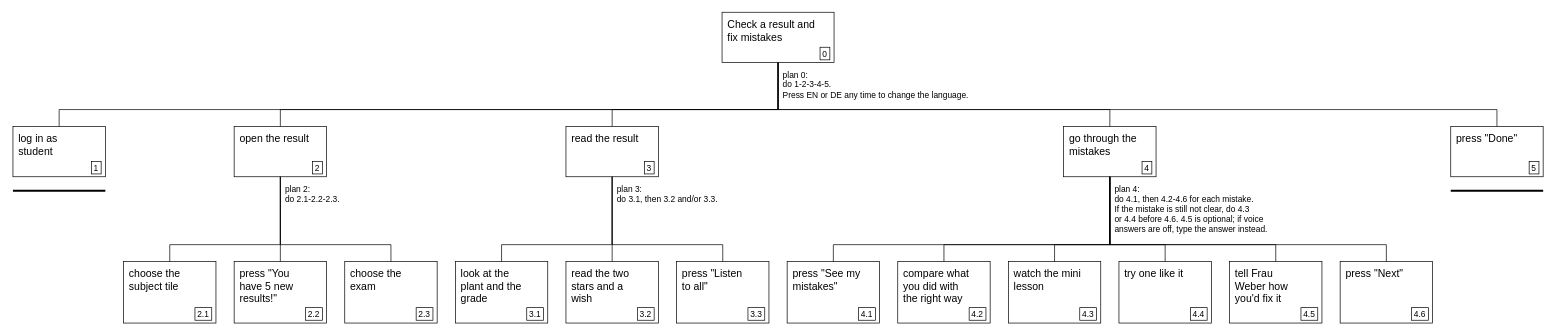
The draw.io diagram page "S2 Check result and mistakes" (2 of 3) of Sprout_HTDs/Student_HTDs.drawio in AmrKoura/HCI_DAMNS, before the edit. Source tidied: cells renumbered, new cells numbered last; positions are measured from the earlier drawing's top-left corner, leaving out a move shared by most shapes. Both pictures are drawn from the tidied source at 70%, with x=0, y=0 at pixel (13, 12).
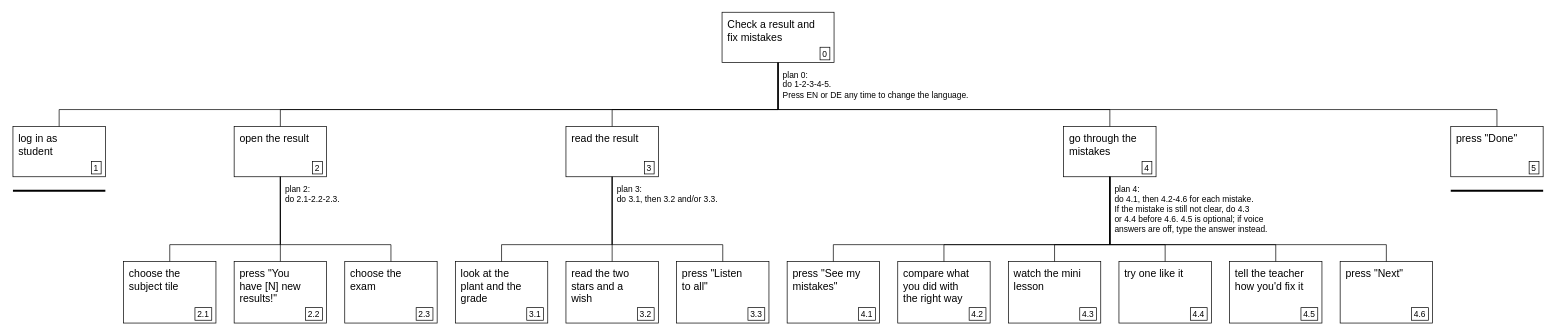
Above is the later version.

Change to the diagram source:
```diff
@@
-    <mxCell id="16" value="press &quot;You have 5 new results!&quot;" style="rounded=0;whiteSpace=wrap;html=1;fillColor=#FFFFFF;strokeColor=#000000;fontColor=#000000;fontFamily=Helvetica;fontSize=15;align=left;verticalAlign=top;spacingLeft=6;spacingTop=2;spacingRight=22;" parent="1" vertex="1">
+    <mxCell id="16" value="press &quot;You have [N] new results!&quot;" style="rounded=0;whiteSpace=wrap;html=1;fillColor=#FFFFFF;strokeColor=#000000;fontColor=#000000;fontFamily=Helvetica;fontSize=15;align=left;verticalAlign=top;spacingLeft=6;spacingTop=2;spacingRight=22;" parent="1" vertex="1">
       <mxGeometry x="316" y="356" width="132" height="88" as="geometry" />
     </mxCell>
@@
-    <mxCell id="34" value="tell Frau Weber how you'd fix it" style="rounded=0;whiteSpace=wrap;html=1;fillColor=#FFFFFF;strokeColor=#000000;fontColor=#000000;fontFamily=Helvetica;fontSize=15;align=left;verticalAlign=top;spacingLeft=6;spacingTop=2;spacingRight=22;" parent="1" vertex="1">
+    <mxCell id="34" value="tell the teacher how you'd fix it" style="rounded=0;whiteSpace=wrap;html=1;fillColor=#FFFFFF;strokeColor=#000000;fontColor=#000000;fontFamily=Helvetica;fontSize=15;align=left;verticalAlign=top;spacingLeft=6;spacingTop=2;spacingRight=22;" parent="1" vertex="1">
       <mxGeometry x="1738" y="356" width="132" height="88" as="geometry" />
     </mxCell>
```
